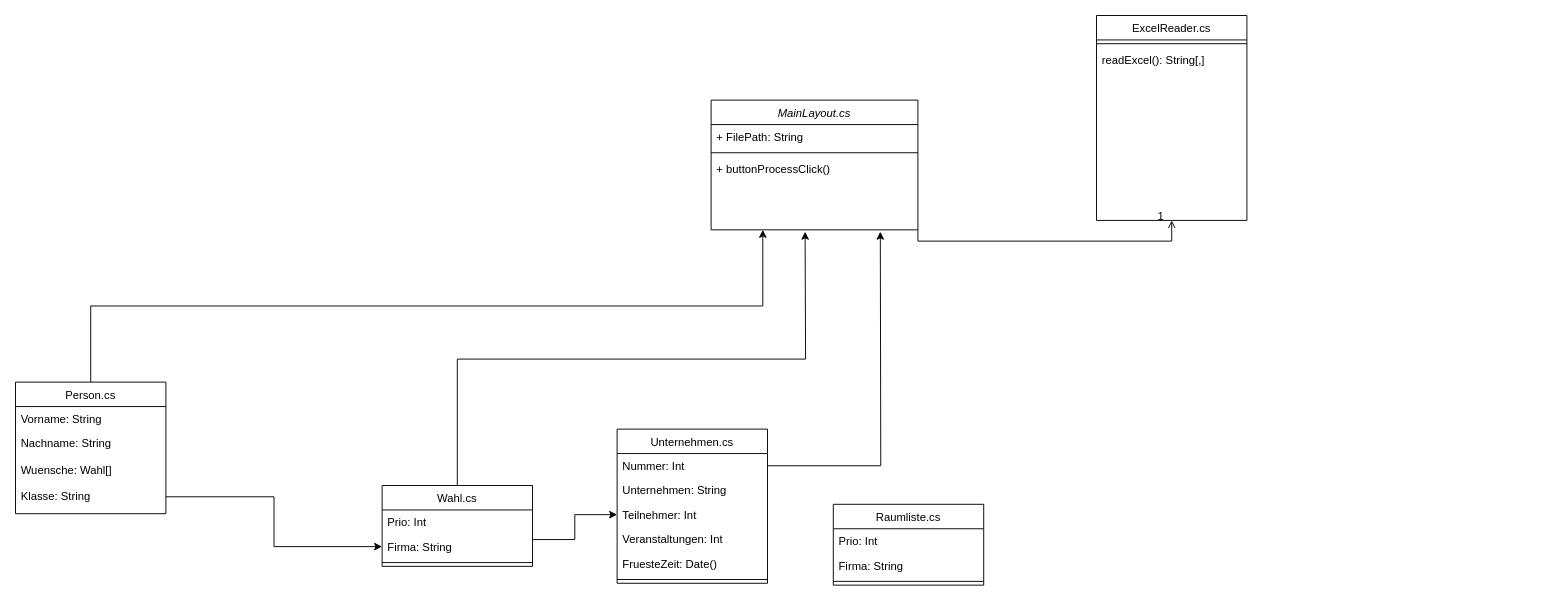
Jablothas/BOT-Helper keeps this draw.io diagram as Unbenanntes Diagramm.drawio. Above is the earlier version. Source tidied: cells renumbered, new cells numbered last; positions are measured from the earlier drawing's top-left corner, leaving out a move shared by most shapes. Both pictures are drawn from the tidied source at 94%, with x=0, y=0 at pixel (15, 15).
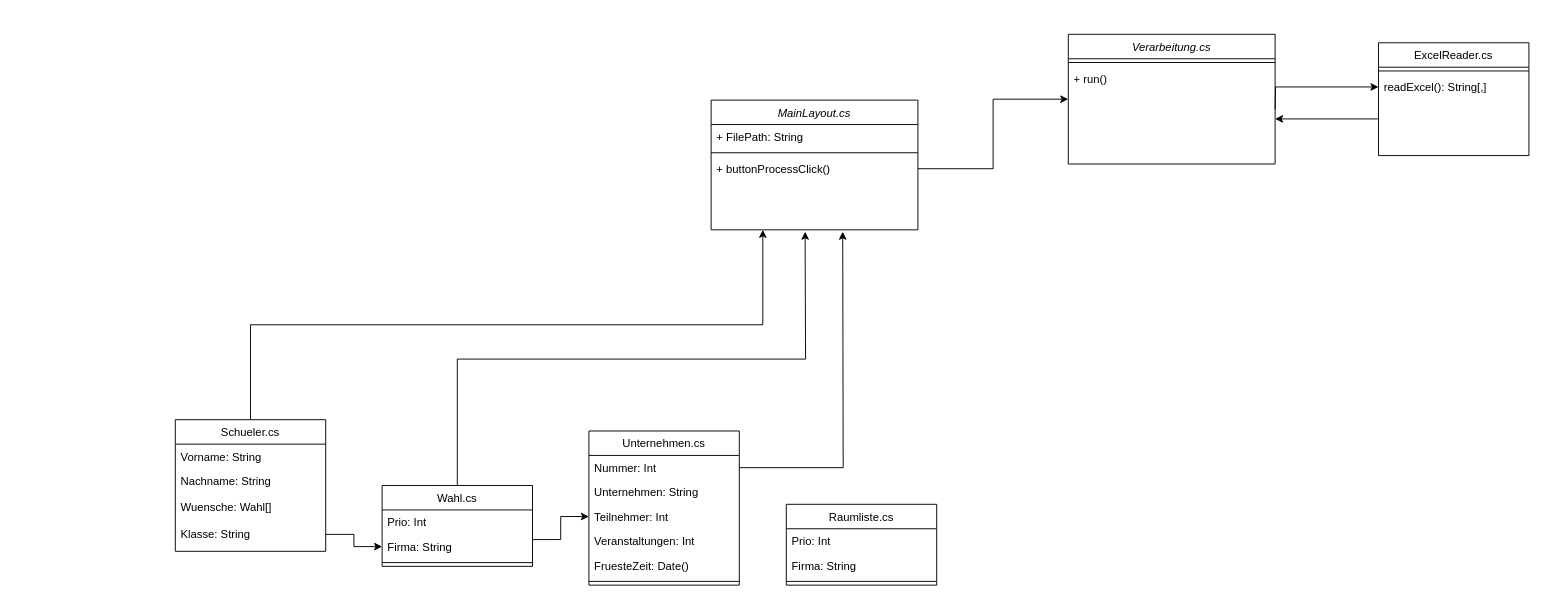
The same diagram, later.

Unchanged cells that the change refers to:
```xml
<mxCell id="2" value="MainLayout.cs&#10;" style="swimlane;fontStyle=2;align=center;verticalAlign=top;horizontal=1;startSize=26;rounded=0;shadow=0;strokeWidth=1;" parent="1" vertex="1">
  <mxGeometry x="740" y="90" width="220" height="138" as="geometry" />
</mxCell>
<mxCell id="5" value="+ buttonProcessClick()" style="text;align=left;verticalAlign=top;spacingLeft=4;spacingRight=4;overflow=hidden;points=[[0,0.5],[1,0.5]];portConstraint=eastwest;" parent="2" vertex="1">
  <mxGeometry y="60" width="220" height="26" as="geometry" />
</mxCell>
<mxCell id="12" value="Nummer: Int" style="text;align=left;verticalAlign=top;spacingLeft=4;spacingRight=4;overflow=hidden;points=[[0,0.5],[1,0.5]];portConstraint=eastwest;" parent="11" vertex="1">
  <mxGeometry y="26" width="160" height="26" as="geometry" />
</mxCell>
<mxCell id="20" value="readExcel(): String[,]" style="text;align=left;verticalAlign=top;spacingLeft=4;spacingRight=4;overflow=hidden;points=[[0,0.5],[1,0.5]];portConstraint=eastwest;" parent="18" vertex="1">
  <mxGeometry y="34" width="160" height="26" as="geometry" />
</mxCell>
```

Change to the diagram source:
```diff
@@
-    <mxCell id="6" value="Person.cs" style="swimlane;fontStyle=0;align=center;verticalAlign=top;horizontal=1;startSize=26;rounded=0;shadow=0;strokeWidth=1;" parent="1" vertex="1">
-      <mxGeometry y="390" width="160" height="140" as="geometry" />
+    <mxCell id="6" value="Schueler.cs" style="swimlane;fontStyle=0;align=center;verticalAlign=top;horizontal=1;startSize=26;rounded=0;shadow=0;strokeWidth=1;" parent="1" vertex="1">
+      <mxGeometry x="170" y="430" width="160" height="140" as="geometry" />
     </mxCell>
@@
     <mxCell id="11" value="Unternehmen.cs" style="swimlane;fontStyle=0;align=center;verticalAlign=top;horizontal=1;startSize=26;rounded=0;shadow=0;strokeWidth=1;" parent="1" vertex="1">
-      <mxGeometry x="640" y="440" width="160" height="164" as="geometry" />
+      <mxGeometry x="610" y="442" width="160" height="164" as="geometry" />
     </mxCell>
@@
     <mxCell id="18" value="ExcelReader.cs" style="swimlane;fontStyle=0;align=center;verticalAlign=top;horizontal=1;startSize=26;rounded=0;shadow=0;strokeWidth=1;" parent="1" vertex="1">
-      <mxGeometry x="1150" width="160" height="218" as="geometry" />
+      <mxGeometry x="1450" y="29" width="160" height="120" as="geometry" />
     </mxCell>
@@
-    <mxCell id="21" style="endArrow=open;shadow=0;strokeWidth=1;rounded=0;endFill=1;edgeStyle=elbowEdgeStyle;elbow=vertical;" parent="1" edge="1" source="2" target="18">
-      <mxGeometry x="0.5" y="41" relative="1" as="geometry">
-        <Array as="points">
-          <mxPoint x="960" y="240" />
-        </Array>
-        <mxPoint x="-40" y="32" as="offset" />
-      </mxGeometry>
-    </mxCell>
-    <mxCell id="22" value="1" style="align=right;verticalAlign=bottom;labelBackgroundColor=none;fontSize=12;" parent="21" vertex="1">
-      <mxGeometry x="1" relative="1" as="geometry">
-        <mxPoint x="-7" y="4" as="offset" />
-      </mxGeometry>
-    </mxCell>
@@
-    <mxCell id="27" style="edgeStyle=orthogonalEdgeStyle;rounded=0;jettySize=auto;html=1;" parent="1" edge="1" source="12">
-      <mxGeometry relative="1" as="geometry">
-        <mxPoint x="920" y="230" as="targetPoint" />
-      </mxGeometry>
-    </mxCell>
@@
     <mxCell id="32" value="Raumliste.cs" style="swimlane;fontStyle=0;align=center;verticalAlign=top;horizontal=1;startSize=26;rounded=0;shadow=0;strokeWidth=1;" parent="1" vertex="1">
-      <mxGeometry x="870" y="520" width="160" height="86" as="geometry" />
+      <mxGeometry x="820" y="520" width="160" height="86" as="geometry" />
     </mxCell>
@@
+    <mxCell id="36" value="Verarbeitung.cs" style="swimlane;fontStyle=2;align=center;verticalAlign=top;horizontal=1;startSize=26;rounded=0;shadow=0;strokeWidth=1;" parent="1" vertex="1">
+      <mxGeometry x="1120" y="20" width="220" height="138" as="geometry" />
+    </mxCell>
+    <mxCell id="37" style="line;html=1;strokeWidth=1;align=left;verticalAlign=middle;spacingTop=-1;spacingLeft=3;spacingRight=3;labelPosition=right;" parent="36" vertex="1">
+      <mxGeometry y="26" width="220" height="8" as="geometry" />
+    </mxCell>
+    <mxCell id="38" value="+ run()" style="text;align=left;verticalAlign=top;spacingLeft=4;spacingRight=4;overflow=hidden;" parent="36" vertex="1">
+      <mxGeometry y="34" width="220" height="26" as="geometry" />
+    </mxCell>
+    <mxCell id="39" style="edgeStyle=orthogonalEdgeStyle;rounded=0;jettySize=auto;html=1;exitX=1;exitY=0.5;exitDx=0;exitDy=0;entryX=0;entryY=0.5;entryDx=0;entryDy=0;" parent="1" edge="1" source="5" target="36">
+      <mxGeometry relative="1" as="geometry" />
+    </mxCell>
+    <mxCell id="40" style="edgeStyle=orthogonalEdgeStyle;rounded=0;jettySize=auto;html=1;entryX=0;entryY=0.5;entryDx=0;entryDy=0;" parent="1" edge="1" target="20">
+      <mxGeometry relative="1" as="geometry">
+        <mxPoint x="1340" y="100" as="sourcePoint" />
+      </mxGeometry>
+    </mxCell>
+    <mxCell id="41" style="edgeStyle=orthogonalEdgeStyle;rounded=0;orthogonalLoop=1;jettySize=auto;html=1;" parent="1" edge="1">
+      <mxGeometry relative="1" as="geometry">
+        <mxPoint x="1450" y="110" as="sourcePoint" />
+        <mxPoint x="1340" y="110" as="targetPoint" />
+      </mxGeometry>
+    </mxCell>
+    <mxCell id="42" style="edgeStyle=orthogonalEdgeStyle;rounded=0;jettySize=auto;html=1;exitX=1;exitY=0.5;exitDx=0;exitDy=0;" parent="1" edge="1" source="12">
+      <mxGeometry relative="1" as="geometry">
+        <mxPoint x="880" y="230" as="targetPoint" />
+      </mxGeometry>
+    </mxCell>
```
